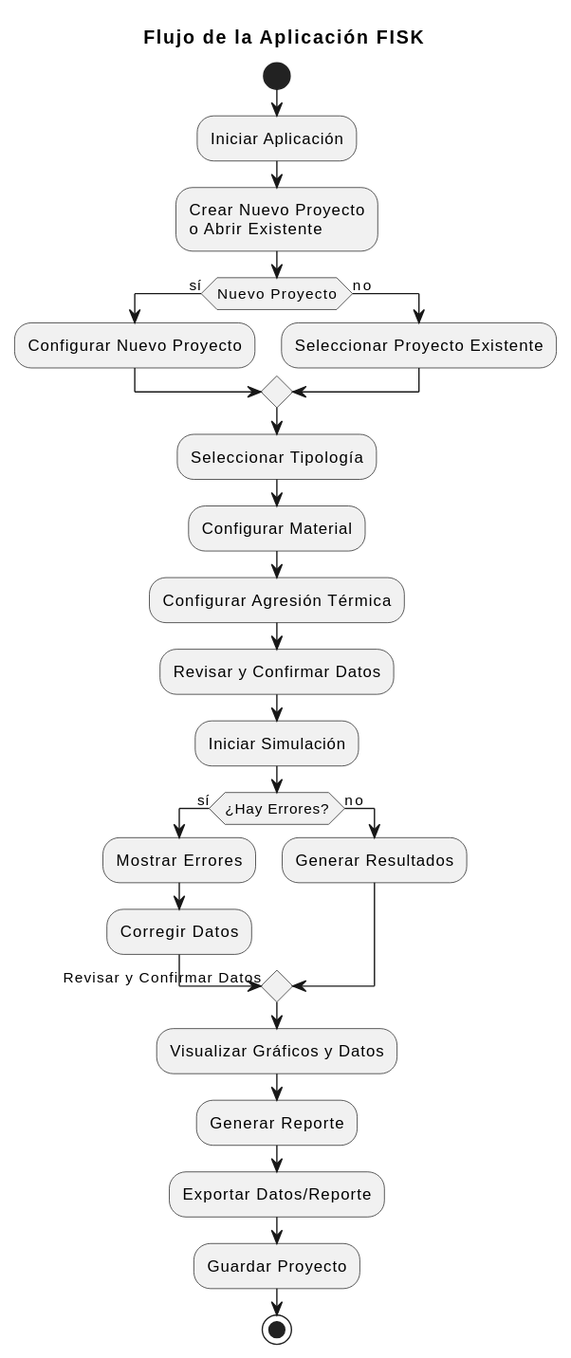
mmasias/23-24-IdSw1-SDR keeps this PlantUML diagram as imagenes/modelosUML/diagramaFlujo.svg. Above is the earlier version. Its diagram source:
```plantuml
@startuml
title Flujo de la Aplicación FISK

start

:Iniciar Aplicación;
:Crear Nuevo Proyecto\no Abrir Existente;
if (Nuevo Proyecto) then (sí)
    :Configurar Nuevo Proyecto;
else (no)
    :Seleccionar Proyecto Existente;
endif

:Seleccionar Tipología;
:Configurar Material;
:Configurar Agresión Térmica;
:Revisar y Confirmar Datos;
:Iniciar Simulación;

if (¿Hay Errores?) then (sí)
    :Mostrar Errores;
    :Corregir Datos;
    -> Revisar y Confirmar Datos;
else (no)
    :Generar Resultados;
endif

:Visualizar Gráficos y Datos;
:Generar Reporte;
:Exportar Datos/Reporte;
:Guardar Proyecto;
stop
@enduml
```
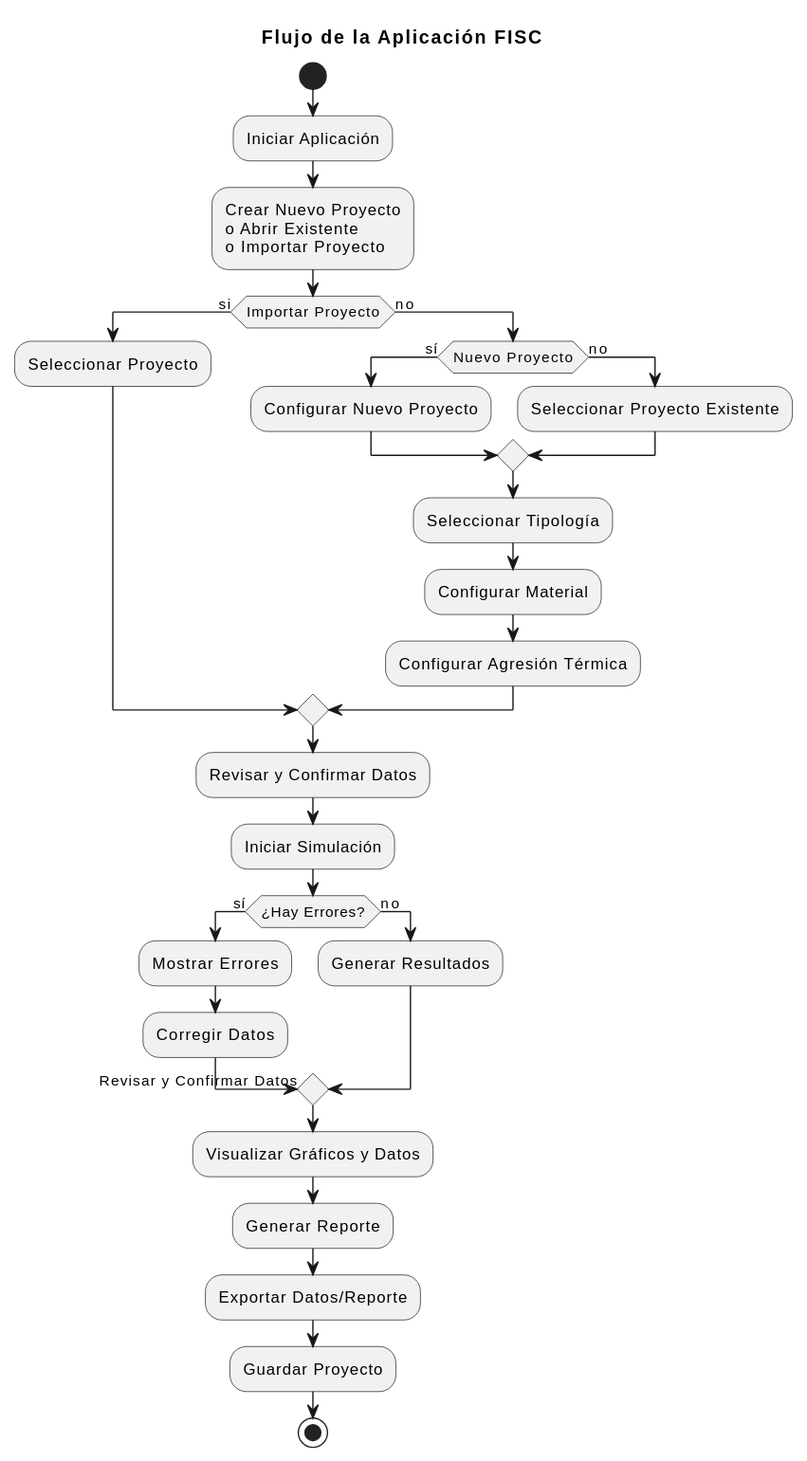
Above is the later version.

Commit message:
update diagrama flujo

Change to the diagram source:
```diff
@@ -1,33 +1,38 @@
 @startuml
-title Flujo de la Aplicación FISK
+title Flujo de la Aplicación FISC
 
 start
 
 :Iniciar Aplicación;
-:Crear Nuevo Proyecto\no Abrir Existente;
-if (Nuevo Proyecto) then (sí)
-    :Configurar Nuevo Proyecto;
+:Crear Nuevo Proyecto\no Abrir Existente\no Importar Proyecto;
+
+if (Importar Proyecto) then (si)
+    :Seleccionar Proyecto;
 else (no)
-    :Seleccionar Proyecto Existente;
+    if (Nuevo Proyecto) then (sí)
+        :Configurar Nuevo Proyecto;
+    else (no)
+        :Seleccionar Proyecto Existente;
+    endif
+
+    :Seleccionar Tipología;
+    :Configurar Material;
+    :Configurar Agresión Térmica;
 endif
+    :Revisar y Confirmar Datos;
+    :Iniciar Simulación;
 
-:Seleccionar Tipología;
-:Configurar Material;
-:Configurar Agresión Térmica;
-:Revisar y Confirmar Datos;
-:Iniciar Simulación;
+    if (¿Hay Errores?) then (sí)
+        :Mostrar Errores;
+        :Corregir Datos;
+        -> Revisar y Confirmar Datos;
+    else (no)
+        :Generar Resultados;
+    endif
 
-if (¿Hay Errores?) then (sí)
-    :Mostrar Errores;
-    :Corregir Datos;
-    -> Revisar y Confirmar Datos;
-else (no)
-    :Generar Resultados;
-endif
-
-:Visualizar Gráficos y Datos;
-:Generar Reporte;
-:Exportar Datos/Reporte;
-:Guardar Proyecto;
-stop
+    :Visualizar Gráficos y Datos;
+    :Generar Reporte;
+    :Exportar Datos/Reporte;
+    :Guardar Proyecto;
+    stop
 @enduml
```
